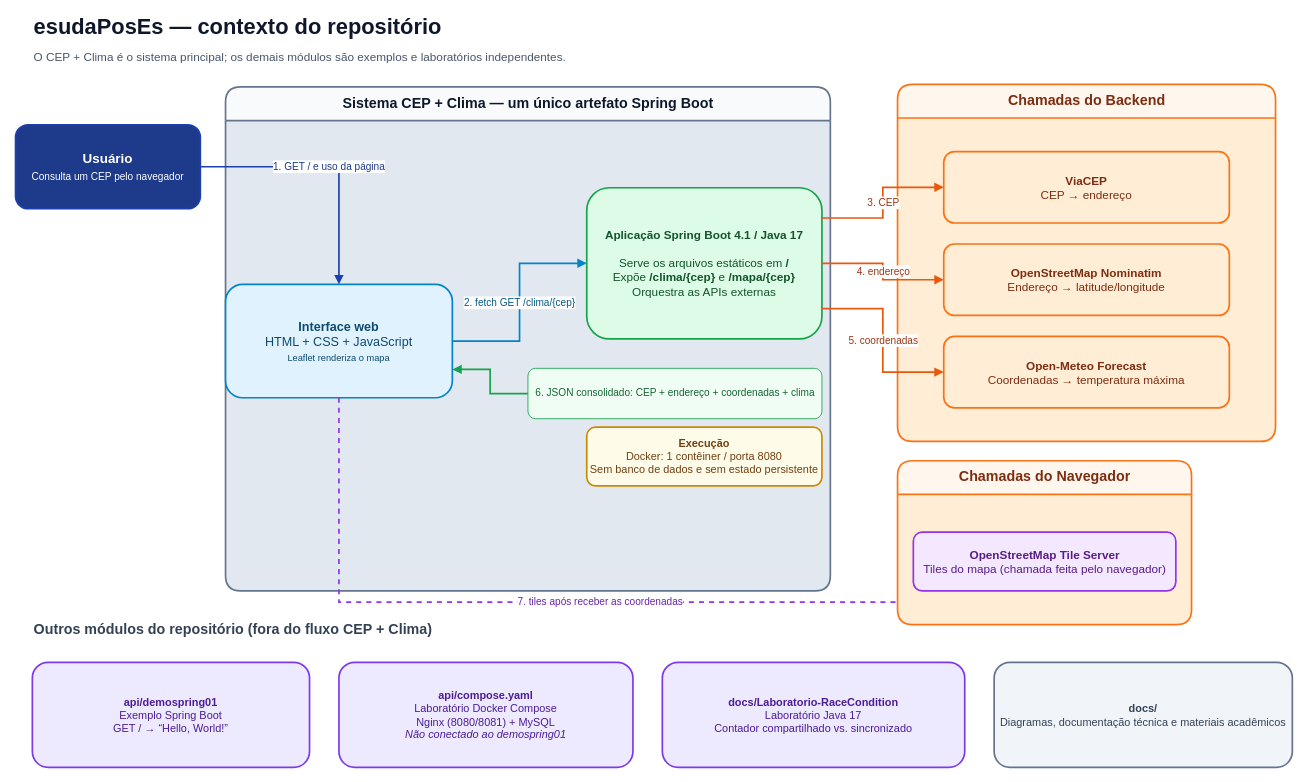
Earlier version of the draw.io diagram page "01 - Contexto e escopo" (1 of 4) of docs/Felipe.drawio (arcorreiaa/esudaPosEs). Source tidied: cells renumbered, new cells numbered last; positions are measured from the earlier drawing's top-left corner, leaving out a move shared by most shapes. Both pictures are drawn from the tidied source at 84%, with x=0, y=0 at pixel (15, 15).
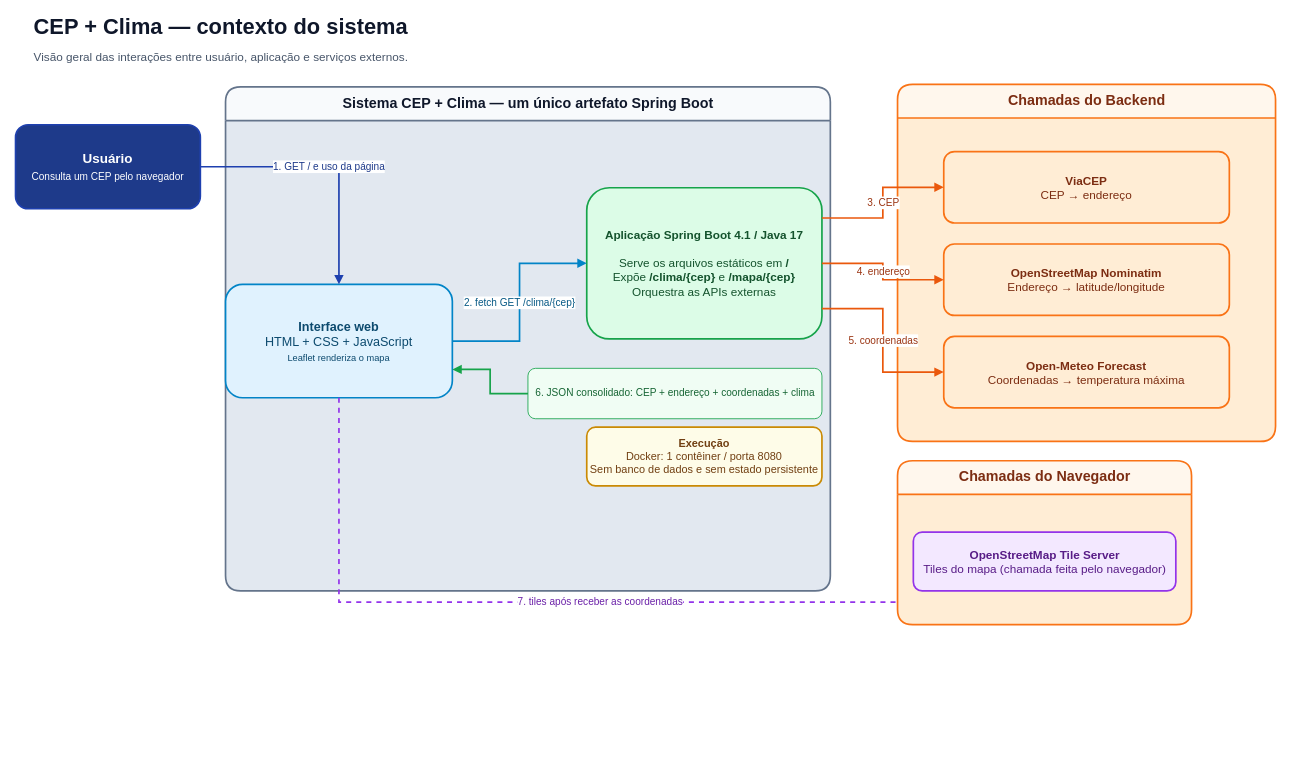
The same diagram, later.

Commit message (it also covers changes not shown here):
docs(diagrama): remove rotulos de modulos

Change to the diagram source:
```diff
@@
-    <mxCell id="2" value="&lt;b&gt;esudaPosEs — contexto do repositório&lt;/b&gt;&lt;br&gt;&lt;font style=&quot;font-size: 14px;&quot; color=&quot;#475569&quot;&gt;O CEP + Clima é o sistema principal; os demais módulos são exemplos e laboratórios independentes.&lt;/font&gt;" style="text;html=1;strokeColor=none;fillColor=none;align=left;verticalAlign=middle;fontSize=26;fontColor=#0F172A;" parent="1" vertex="1">
+    <mxCell id="2" value="&lt;b&gt;CEP + Clima — contexto do sistema&lt;/b&gt;&lt;br&gt;&lt;font style=&quot;font-size: 14px;&quot; color=&quot;#475569&quot;&gt;Visão geral das interações entre usuário, aplicação e serviços externos.&lt;/font&gt;" style="text;html=1;strokeColor=none;fillColor=none;align=left;verticalAlign=middle;fontSize=26;fontColor=#0F172A;" parent="1" vertex="1">
       <mxGeometry x="20" width="1510" height="60" as="geometry" />
     </mxCell>
@@
-    <mxCell id="20" value="&lt;b&gt;Outros módulos do repositório (fora do fluxo CEP + Clima)&lt;/b&gt;" style="text;html=1;strokeColor=none;fillColor=none;align=left;fontSize=17;fontColor=#334155;" parent="1" vertex="1">
-      <mxGeometry x="20" y="715" width="800" height="35" as="geometry" />
-    </mxCell>
-    <mxCell id="21" value="&lt;b&gt;api/demospring01&lt;/b&gt;&lt;br&gt;Exemplo Spring Boot&lt;br&gt;GET / → “Hello, World!”" style="rounded=1;whiteSpace=wrap;html=1;fillColor=#EDE9FE;strokeColor=#7C3AED;fontColor=#4C1D95;fontSize=13;strokeWidth=2;" parent="1" vertex="1">
-      <mxGeometry x="20" y="770" width="330" height="125" as="geometry" />
-    </mxCell>
-    <mxCell id="22" value="&lt;b&gt;api/compose.yaml&lt;/b&gt;&lt;br&gt;Laboratório Docker Compose&lt;br&gt;Nginx (8080/8081) + MySQL&lt;br&gt;&lt;i&gt;Não conectado ao demospring01&lt;/i&gt;" style="rounded=1;whiteSpace=wrap;html=1;fillColor=#EDE9FE;strokeColor=#7C3AED;fontColor=#4C1D95;fontSize=13;strokeWidth=2;" parent="1" vertex="1">
-      <mxGeometry x="385" y="770" width="350" height="125" as="geometry" />
-    </mxCell>
-    <mxCell id="23" value="&lt;b&gt;docs/Laboratorio-RaceCondition&lt;/b&gt;&lt;br&gt;Laboratório Java 17&lt;br&gt;Contador compartilhado vs. sincronizado" style="rounded=1;whiteSpace=wrap;html=1;fillColor=#EDE9FE;strokeColor=#7C3AED;fontColor=#4C1D95;fontSize=13;strokeWidth=2;" parent="1" vertex="1">
-      <mxGeometry x="770" y="770" width="360" height="125" as="geometry" />
-    </mxCell>
-    <mxCell id="24" value="&lt;b&gt;docs/&lt;/b&gt;&lt;br&gt;Diagramas, documentação técnica e materiais acadêmicos" style="rounded=1;whiteSpace=wrap;html=1;fillColor=#F1F5F9;strokeColor=#64748B;fontColor=#334155;fontSize=13;strokeWidth=2;" parent="1" vertex="1">
-      <mxGeometry x="1165" y="770" width="355" height="125" as="geometry" />
-    </mxCell>
```
